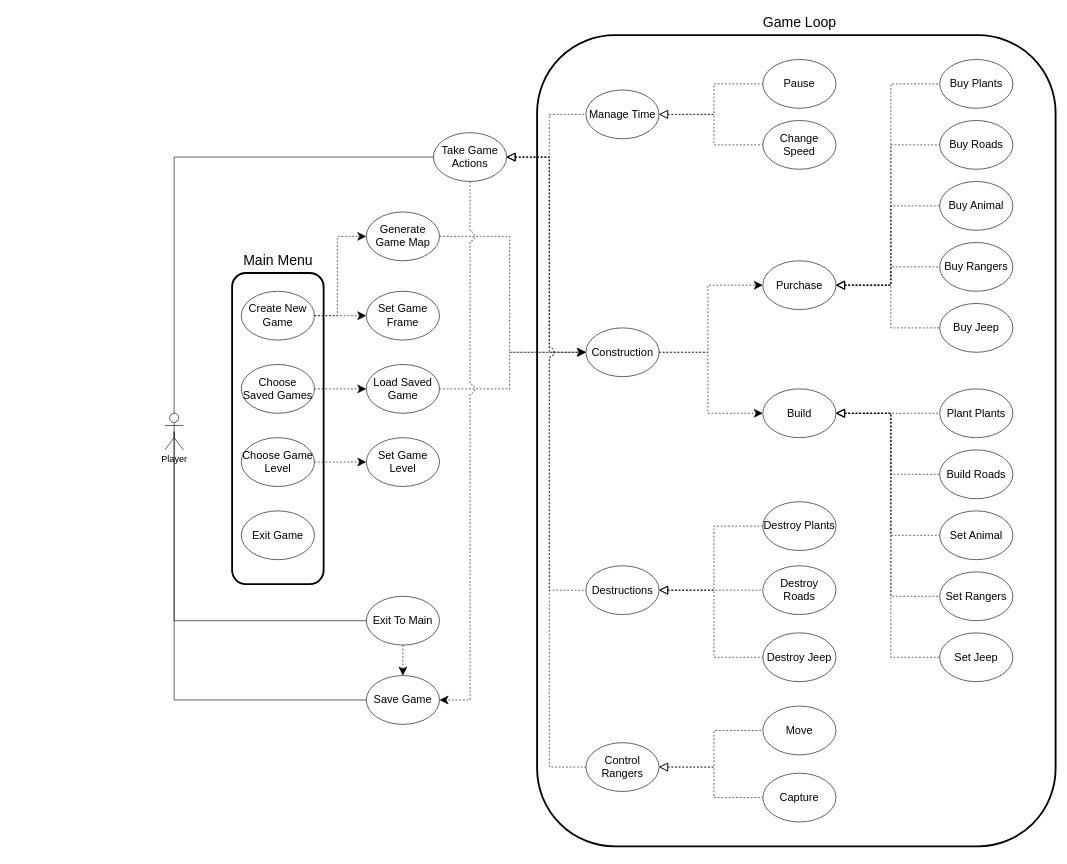
summertx/uml keeps this draw.io diagram as User_Case_diagram.drawio. Above is the earlier version. Source tidied: cells renumbered, new cells numbered last; positions are measured from the earlier drawing's top-left corner, leaving out a move shared by most shapes. Both pictures are drawn from the tidied source at 61%, with x=0, y=0 at pixel (165, 10).
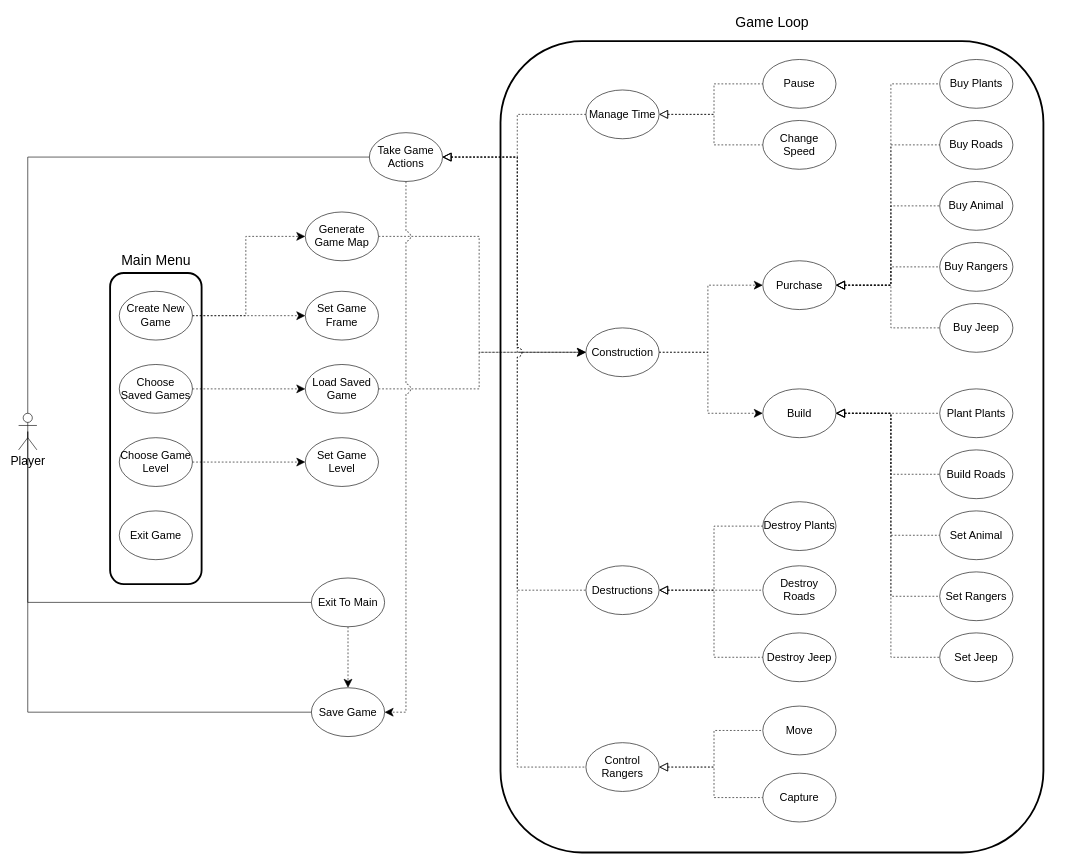
After the change.

Diff of the diagram source:
```diff
@@
-<mxGraphModel>
+<mxGraphModel background="#FFFFFF">
@@
-    <mxCell id="2" value="&lt;font style=&quot;font-size: 15px;&quot;&gt;Player&lt;/font&gt;" style="shape=umlActor;verticalLabelPosition=bottom;verticalAlign=top;html=1;outlineConnect=0;" parent="1" vertex="1">
-      <mxGeometry y="660" width="30" height="60" as="geometry" />
+    <mxCell id="2" value="&lt;font&gt;Player&lt;/font&gt;" style="shape=umlActor;verticalLabelPosition=bottom;verticalAlign=top;html=1;outlineConnect=0;fontSize=20;" parent="1" vertex="1">
+      <mxGeometry x="-240" y="660" width="30" height="60" as="geometry" />
     </mxCell>
     <mxCell id="3" style="rounded=1;whiteSpace=wrap;html=1;strokeWidth=3;" parent="1" vertex="1">
-      <mxGeometry x="110" y="430" width="150" height="510" as="geometry" />
+      <mxGeometry x="-90" y="430" width="150" height="510" as="geometry" />
     </mxCell>
@@
     <mxCell id="6" value="&lt;font style=&quot;font-size: 18px;&quot;&gt;Create New Game&lt;/font&gt;" style="ellipse;whiteSpace=wrap;html=1;" parent="1" vertex="1">
-      <mxGeometry x="125" y="460" width="120" height="80" as="geometry" />
+      <mxGeometry x="-75" y="460" width="120" height="80" as="geometry" />
     </mxCell>
@@
     <mxCell id="8" value="&lt;font style=&quot;font-size: 18px;&quot;&gt;Choose Saved Games&lt;/font&gt;" style="ellipse;whiteSpace=wrap;html=1;" parent="1" vertex="1">
-      <mxGeometry x="125" y="580" width="120" height="80" as="geometry" />
+      <mxGeometry x="-75" y="580" width="120" height="80" as="geometry" />
     </mxCell>
@@
     <mxCell id="10" value="&lt;span style=&quot;font-size: 18px;&quot;&gt;Choose Game Level&lt;/span&gt;" style="ellipse;whiteSpace=wrap;html=1;" parent="1" vertex="1">
-      <mxGeometry x="125" y="700" width="120" height="80" as="geometry" />
+      <mxGeometry x="-75" y="700" width="120" height="80" as="geometry" />
     </mxCell>
     <mxCell id="11" style="rounded=1;whiteSpace=wrap;html=1;strokeWidth=3;" parent="1" vertex="1">
-      <mxGeometry x="610" y="40" width="850" height="1330" as="geometry" />
+      <mxGeometry x="550" y="50" width="890" height="1330" as="geometry" />
     </mxCell>
@@
     <mxCell id="13" value="&lt;font style=&quot;font-size: 18px;&quot;&gt;Exit To Main&lt;/font&gt;" style="ellipse;whiteSpace=wrap;html=1;" parent="1" vertex="1">
-      <mxGeometry x="330" y="960" width="120" height="80" as="geometry" />
+      <mxGeometry x="240" y="930" width="120" height="80" as="geometry" />
     </mxCell>
@@
     <mxCell id="22" value="&lt;font style=&quot;font-size: 18px;&quot;&gt;Exit Game&lt;/font&gt;" style="ellipse;whiteSpace=wrap;html=1;" parent="1" vertex="1">
-      <mxGeometry x="125" y="820" width="120" height="80" as="geometry" />
+      <mxGeometry x="-75" y="820" width="120" height="80" as="geometry" />
     </mxCell>
@@
     <mxCell id="24" value="&lt;font style=&quot;font-size: 18px;&quot;&gt;Generate Game Map&lt;/font&gt;" style="ellipse;whiteSpace=wrap;html=1;" parent="1" vertex="1">
-      <mxGeometry x="330" y="330" width="120" height="80" as="geometry" />
+      <mxGeometry x="230" y="330" width="120" height="80" as="geometry" />
     </mxCell>
     <mxCell id="25" value="&lt;font style=&quot;font-size: 18px;&quot;&gt;Set Game Frame&lt;/font&gt;" style="ellipse;whiteSpace=wrap;html=1;" parent="1" vertex="1">
-      <mxGeometry x="330" y="460" width="120" height="80" as="geometry" />
+      <mxGeometry x="230" y="460" width="120" height="80" as="geometry" />
     </mxCell>
@@
     <mxCell id="27" value="&lt;font style=&quot;font-size: 18px;&quot;&gt;Load Saved Game&lt;/font&gt;" style="ellipse;whiteSpace=wrap;html=1;" parent="1" vertex="1">
-      <mxGeometry x="330" y="580" width="120" height="80" as="geometry" />
+      <mxGeometry x="230" y="580" width="120" height="80" as="geometry" />
     </mxCell>
     <mxCell id="28" value="&lt;font style=&quot;font-size: 18px;&quot;&gt;Set Game Level&lt;/font&gt;" style="ellipse;whiteSpace=wrap;html=1;" parent="1" vertex="1">
-      <mxGeometry x="330" y="700" width="120" height="80" as="geometry" />
+      <mxGeometry x="230" y="700" width="120" height="80" as="geometry" />
     </mxCell>
@@
     <mxCell id="34" value="&lt;font style=&quot;font-size: 18px;&quot;&gt;Take Game Actions&lt;/font&gt;" style="ellipse;whiteSpace=wrap;html=1;" parent="1" vertex="1">
-      <mxGeometry x="440" y="200" width="120" height="80" as="geometry" />
+      <mxGeometry x="335" y="200" width="120" height="80" as="geometry" />
     </mxCell>
     <mxCell id="35" value="&lt;font style=&quot;font-size: 18px;&quot;&gt;Save Game&lt;/font&gt;" style="ellipse;whiteSpace=wrap;html=1;" parent="1" vertex="1">
-      <mxGeometry x="330" y="1090" width="120" height="80" as="geometry" />
+      <mxGeometry x="240" y="1110" width="120" height="80" as="geometry" />
     </mxCell>
@@
     <mxCell id="43" value="&lt;font style=&quot;font-size: 23px;&quot;&gt;Main Menu&lt;/font&gt;" style="text;html=1;align=center;verticalAlign=middle;strokeColor=none;fillColor=none;" parent="1" vertex="1">
-      <mxGeometry x="115" y="390" width="140" height="40" as="geometry" />
+      <mxGeometry x="-85" y="390" width="140" height="40" as="geometry" />
     </mxCell>
     <mxCell id="44" value="&lt;span style=&quot;font-size: 23px;&quot;&gt;Game Loop&lt;/span&gt;" style="text;html=1;align=center;verticalAlign=middle;strokeColor=none;fillColor=none;" parent="1" vertex="1">
-      <mxGeometry x="970" width="140" height="40" as="geometry" />
+      <mxGeometry x="925" width="140" height="40" as="geometry" />
     </mxCell>
```
